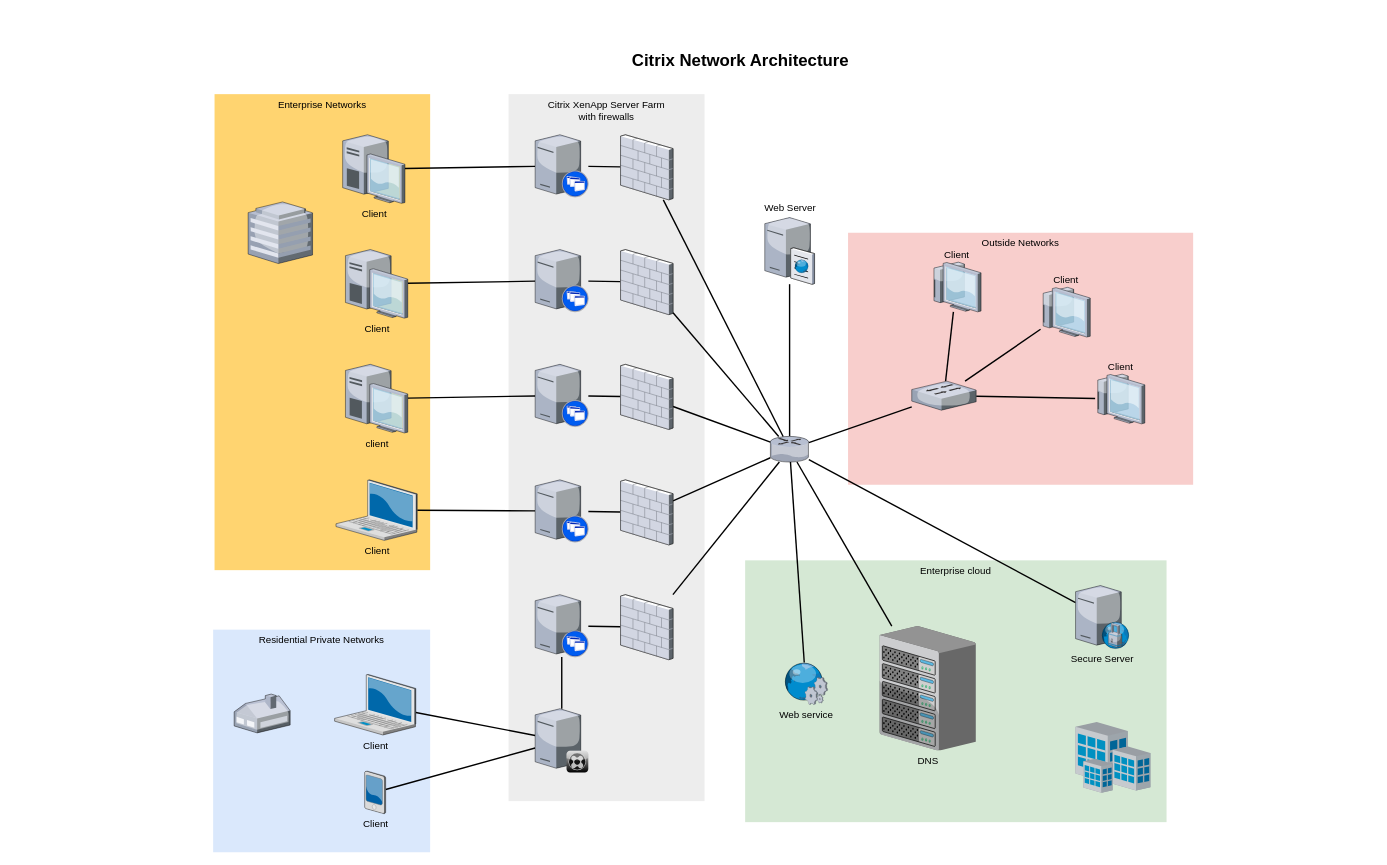
Above: Untitled Diagram.drawio in MC2114/gacha (draw.io), before the change. Source tidied: cells renumbered, new cells numbered last; positions are measured from the earlier drawing's top-left corner, leaving out a move shared by most shapes. Both pictures are drawn from the tidied source at 70%, with x=0, y=0 at pixel (213, 46).
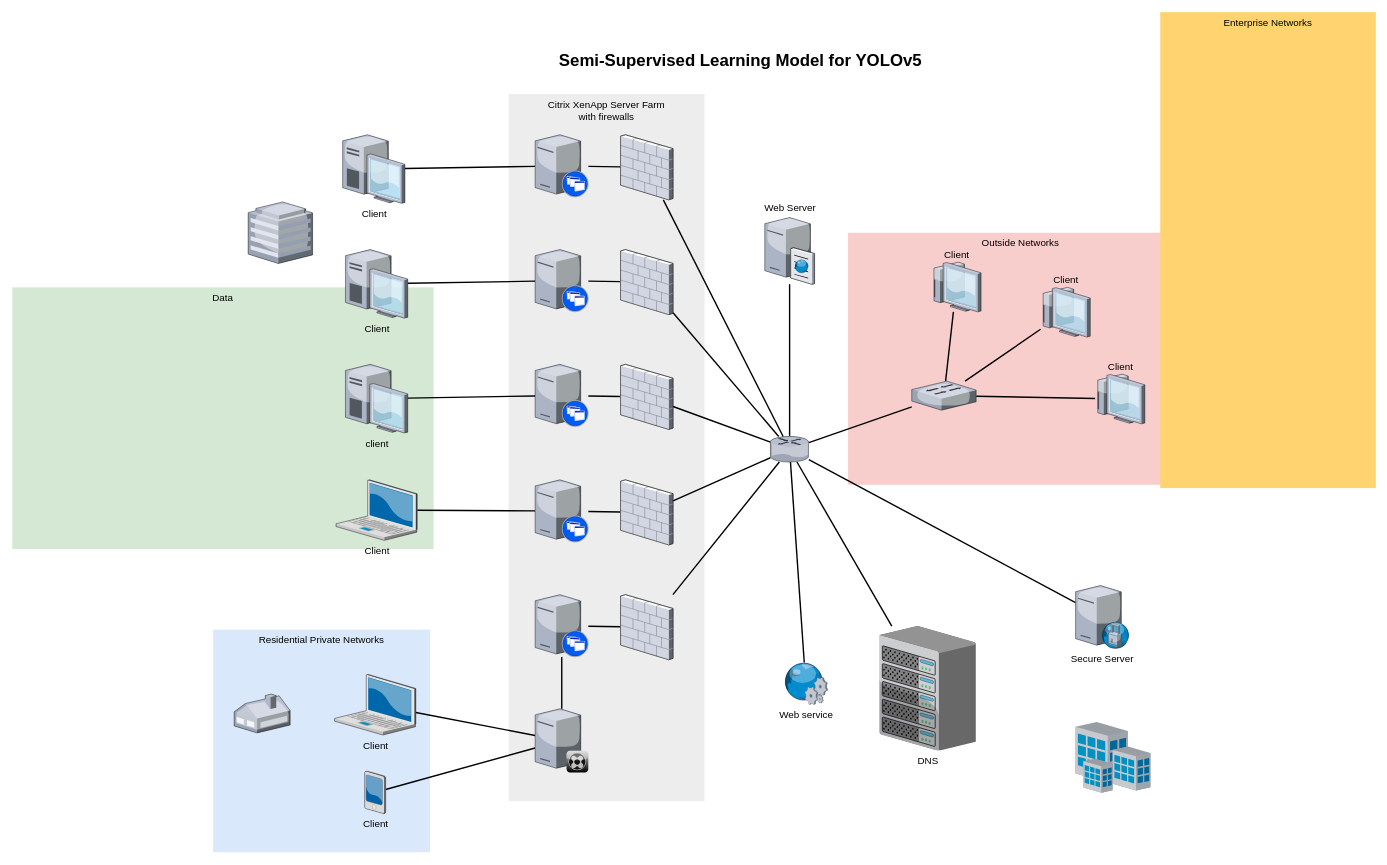
Above is the later version.

Diff of the diagram source:
```diff
@@
-    <mxCell id="3" value="Enterprise cloud" style="whiteSpace=wrap;html=1;fillColor=#d5e8d4;fontSize=14;strokeColor=none;verticalAlign=top;" parent="1" vertex="1">
-      <mxGeometry x="760" y="734" width="602" height="374" as="geometry" />
+    <mxCell id="3" value="Data" style="whiteSpace=wrap;html=1;fillColor=#d5e8d4;fontSize=14;strokeColor=none;verticalAlign=top;" parent="1" vertex="1">
+      <mxGeometry x="-287" y="344" width="602" height="374" as="geometry" />
     </mxCell>
@@
     <mxCell id="6" value="Enterprise Networks" style="whiteSpace=wrap;html=1;fillColor=#FFD470;gradientColor=none;fontSize=14;strokeColor=none;verticalAlign=top;" parent="1" vertex="1">
-      <mxGeometry x="2" y="68" width="308" height="680" as="geometry" />
+      <mxGeometry x="1353" y="-49.2" width="308" height="680" as="geometry" />
     </mxCell>
@@
-    <mxCell id="61" value="Citrix Network Architecture" style="text;strokeColor=none;fillColor=none;html=1;fontSize=24;fontStyle=1;verticalAlign=middle;align=center;" parent="1" vertex="1">
+    <mxCell id="61" value="Semi-Supervised Learning Model for YOLOv5" style="text;strokeColor=none;fillColor=none;html=1;fontSize=24;fontStyle=1;verticalAlign=middle;align=center;" parent="1" vertex="1">
       <mxGeometry x="322" width="861" height="40" as="geometry" />
     </mxCell>
```
